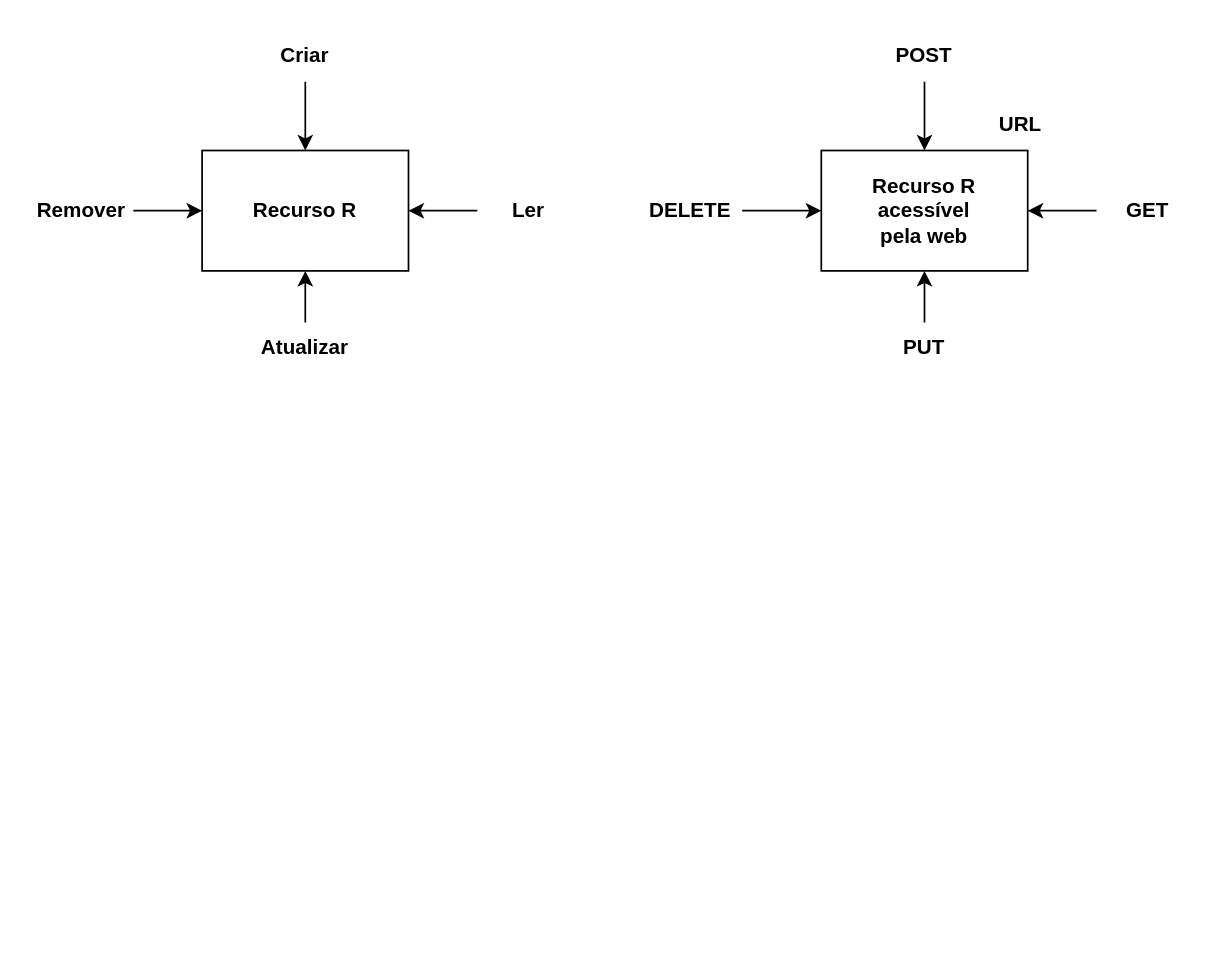
Before: restful.drawio in DjalmaANeto/modelagem-planos-de-curso-aula, a draw.io diagram. Source tidied: cells renumbered, new cells numbered last; positions are measured from the earlier drawing's top-left corner, leaving out a move shared by most shapes. Both pictures are drawn from the tidied source at 172%, with x=0, y=0 at pixel (29, 29).
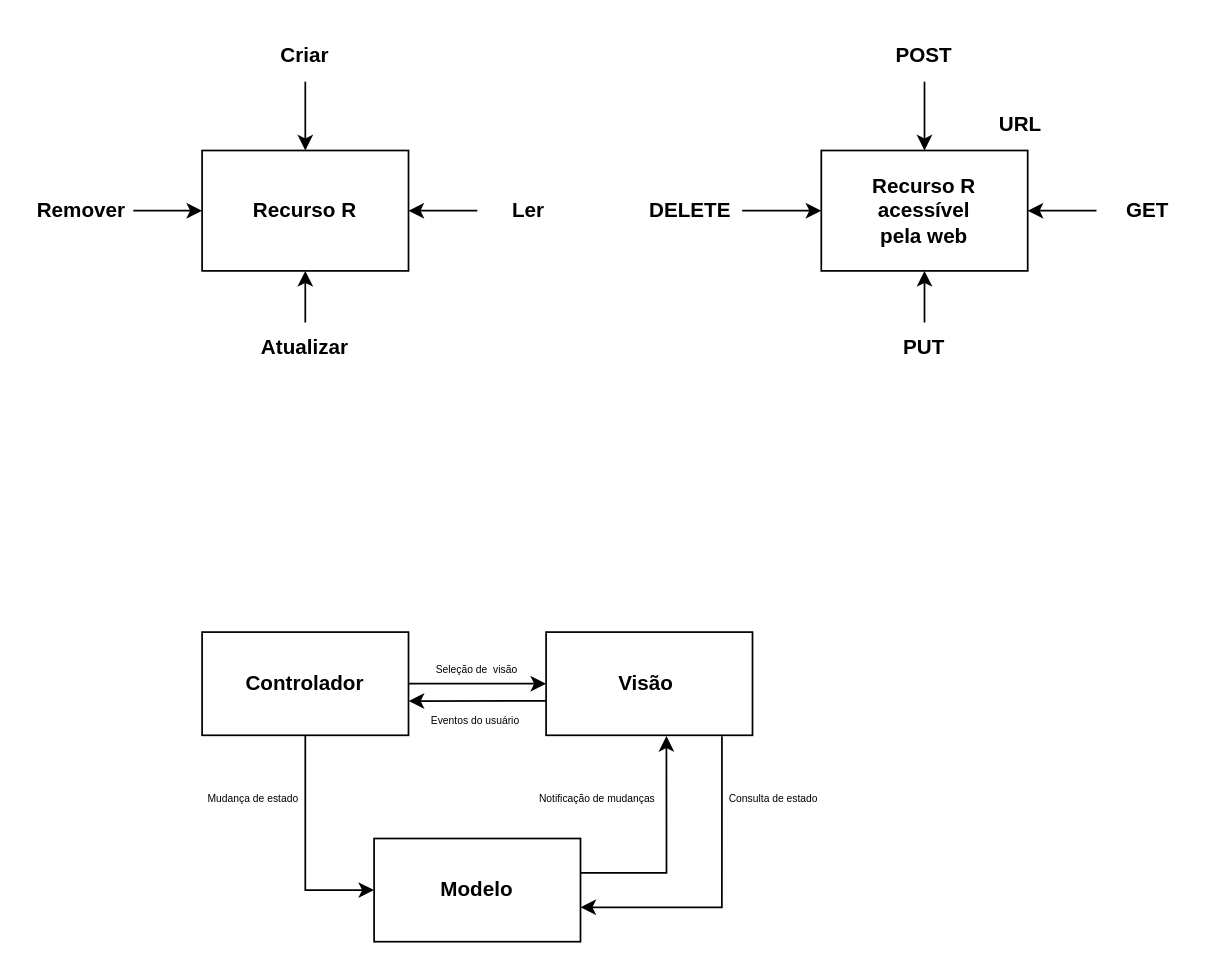
The same diagram, later.

The edit, as a diff of the source:
```diff
@@
+    <mxCell id="23" style="edgeStyle=orthogonalEdgeStyle;rounded=0;jettySize=auto;html=1;entryX=0;entryY=0.5;entryDx=0;entryDy=0;" parent="1" edge="1" source="25" target="30">
+      <mxGeometry relative="1" as="geometry" />
+    </mxCell>
+    <mxCell id="24" style="edgeStyle=orthogonalEdgeStyle;rounded=0;jettySize=auto;html=1;entryX=0;entryY=0.5;entryDx=0;entryDy=0;" parent="1" edge="1" source="25" target="27">
+      <mxGeometry relative="1" as="geometry" />
+    </mxCell>
+    <mxCell id="25" style="rounded=0;whiteSpace=wrap;html=1;" parent="1" vertex="1">
+      <mxGeometry x="100" y="350" width="120" height="60" as="geometry" />
+    </mxCell>
+    <mxCell id="26" value="&lt;b&gt;Controlador&lt;/b&gt;" style="text;html=1;strokeColor=none;fillColor=none;align=center;verticalAlign=middle;whiteSpace=wrap;rounded=0;" parent="1" vertex="1">
+      <mxGeometry x="125" y="365" width="70" height="30" as="geometry" />
+    </mxCell>
+    <mxCell id="27" style="rounded=0;whiteSpace=wrap;html=1;" parent="1" vertex="1">
+      <mxGeometry x="200" y="470" width="120" height="60" as="geometry" />
+    </mxCell>
+    <mxCell id="28" value="&lt;b&gt;Modelo&lt;/b&gt;" style="text;html=1;strokeColor=none;fillColor=none;align=center;verticalAlign=middle;whiteSpace=wrap;rounded=0;" parent="1" vertex="1">
+      <mxGeometry x="225" y="485" width="70" height="30" as="geometry" />
+    </mxCell>
+    <mxCell id="29" style="edgeStyle=orthogonalEdgeStyle;rounded=0;jettySize=auto;html=1;entryX=1.001;entryY=0.668;entryDx=0;entryDy=0;entryPerimeter=0;" parent="1" edge="1" source="30" target="25">
+      <mxGeometry relative="1" as="geometry">
+        <Array as="points">
+          <mxPoint x="280" y="390" />
+          <mxPoint x="280" y="390" />
+        </Array>
+      </mxGeometry>
+    </mxCell>
+    <mxCell id="30" style="rounded=0;whiteSpace=wrap;html=1;" parent="1" vertex="1">
+      <mxGeometry x="300" y="350" width="120" height="60" as="geometry" />
+    </mxCell>
+    <mxCell id="31" value="&lt;b&gt;Visão&amp;nbsp;&lt;/b&gt;" style="text;html=1;strokeColor=none;fillColor=none;align=center;verticalAlign=middle;whiteSpace=wrap;rounded=0;" parent="1" vertex="1">
+      <mxGeometry x="325" y="365" width="70" height="30" as="geometry" />
+    </mxCell>
+    <mxCell id="32" style="edgeStyle=orthogonalEdgeStyle;rounded=0;jettySize=auto;html=1;entryX=0.583;entryY=1.007;entryDx=0;entryDy=0;entryPerimeter=0;" parent="1" edge="1" source="27" target="30">
+      <mxGeometry relative="1" as="geometry">
+        <Array as="points">
+          <mxPoint x="370" y="490" />
+        </Array>
+      </mxGeometry>
+    </mxCell>
+    <mxCell id="33" style="edgeStyle=orthogonalEdgeStyle;rounded=0;jettySize=auto;html=1;entryX=0.852;entryY=1.008;entryDx=0;entryDy=0;entryPerimeter=0;endArrow=none;endFill=0;startArrow=classic;startFill=1;" parent="1" edge="1" source="27" target="30">
+      <mxGeometry relative="1" as="geometry">
+        <Array as="points">
+          <mxPoint x="402" y="510" />
+        </Array>
+      </mxGeometry>
+    </mxCell>
+    <mxCell id="34" value="&lt;span style=&quot;font-size: 6px;&quot;&gt;Mudança de estado&lt;br&gt;&lt;/span&gt;" style="text;html=1;strokeColor=none;fillColor=none;align=center;verticalAlign=middle;whiteSpace=wrap;rounded=0;" parent="1" vertex="1">
+      <mxGeometry x="100" y="430" width="60" height="30" as="geometry" />
+    </mxCell>
+    <mxCell id="35" value="&lt;span style=&quot;font-size: 6px;&quot;&gt;Consulta de estado&lt;br&gt;&lt;/span&gt;" style="text;html=1;strokeColor=none;fillColor=none;align=center;verticalAlign=middle;whiteSpace=wrap;rounded=0;" parent="1" vertex="1">
+      <mxGeometry x="405" y="430" width="55" height="30" as="geometry" />
+    </mxCell>
+    <mxCell id="36" value="&lt;span style=&quot;font-size: 6px;&quot;&gt;Eventos do usuário&amp;nbsp;&lt;br&gt;&lt;/span&gt;" style="text;html=1;strokeColor=none;fillColor=none;align=center;verticalAlign=middle;whiteSpace=wrap;rounded=0;" parent="1" vertex="1">
+      <mxGeometry x="225" y="390" width="70" height="20" as="geometry" />
+    </mxCell>
+    <mxCell id="37" value="&lt;span style=&quot;font-size: 6px;&quot;&gt;Seleção de&amp;nbsp; visão&lt;br&gt;&lt;/span&gt;" style="text;html=1;strokeColor=none;fillColor=none;align=center;verticalAlign=middle;whiteSpace=wrap;rounded=0;" parent="1" vertex="1">
+      <mxGeometry x="225" y="360" width="70" height="20" as="geometry" />
+    </mxCell>
+    <mxCell id="38" value="&lt;span style=&quot;font-size: 6px;&quot;&gt;Notificação&amp;nbsp;de mudanças&lt;br&gt;&lt;/span&gt;" style="text;html=1;strokeColor=none;fillColor=none;align=center;verticalAlign=middle;whiteSpace=wrap;rounded=0;" parent="1" vertex="1">
+      <mxGeometry x="290" y="430" width="80" height="30" as="geometry" />
+    </mxCell>
```
